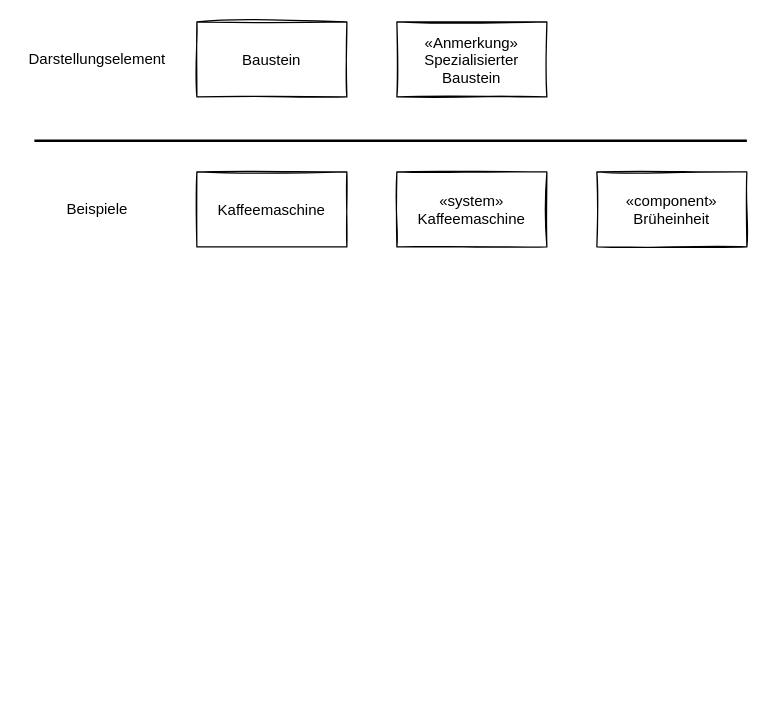
HerrLoesch/UMLite keeps this draw.io diagram as page "Bausteine" (1 of 5) of images/rawimages/general-elements.drawio. Above is the earlier version. Source tidied: cells renumbered, new cells numbered last; positions are measured from the earlier drawing's top-left corner, leaving out a move shared by most shapes. Both pictures are drawn from the tidied source at 125%, with x=0, y=0 at pixel (21, 21).
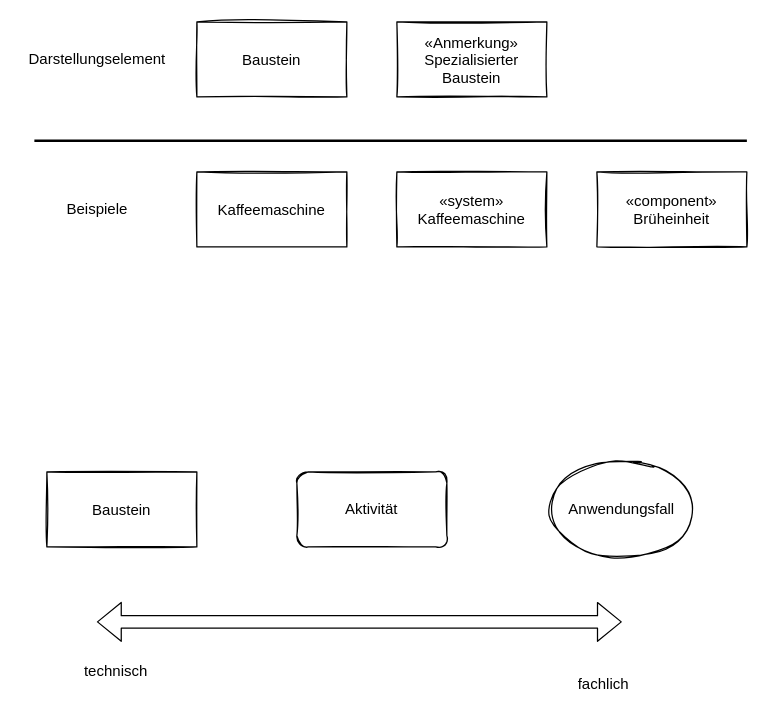
Above is the later version.

Change to the diagram source:
```diff
@@
 <mxGraphModel>
   <root>
     <mxCell id="0" />
     <mxCell id="1" parent="0" />
     <mxCell id="2" value="Baustein" style="fontStyle=0;sketch=1;" parent="1" vertex="1">
       <mxGeometry x="140" width="120" height="60" as="geometry" />
     </mxCell>
     <mxCell id="3" value="«Anmerkung»&#10;Spezialisierter&#10;Baustein" style="fontStyle=0;sketch=1;" parent="1" vertex="1">
       <mxGeometry x="300" width="120" height="60" as="geometry" />
     </mxCell>
     <mxCell id="4" value="Kaffeemaschine" style="fontStyle=0;sketch=1;" parent="1" vertex="1">
       <mxGeometry x="140" y="120" width="120" height="60" as="geometry" />
     </mxCell>
     <mxCell id="5" value="«system»&#10;Kaffeemaschine" style="fontStyle=0;sketch=1;" parent="1" vertex="1">
       <mxGeometry x="300" y="120" width="120" height="60" as="geometry" />
     </mxCell>
     <mxCell id="6" value="«component»&#10;Brüheinheit" style="fontStyle=0;sketch=1;" parent="1" vertex="1">
       <mxGeometry x="460" y="120" width="120" height="60" as="geometry" />
     </mxCell>
     <mxCell id="7" style="line;strokeWidth=2;html=1;" parent="1" vertex="1">
       <mxGeometry x="10" y="90" width="570" height="10" as="geometry" />
     </mxCell>
     <mxCell id="8" value="Darstellungselement" style="text;html=1;align=center;verticalAlign=middle;strokeColor=none;fillColor=none;" parent="1" vertex="1">
       <mxGeometry y="20" width="120" height="20" as="geometry" />
     </mxCell>
     <mxCell id="9" value="Beispiele" style="text;html=1;align=center;verticalAlign=middle;strokeColor=none;fillColor=none;" parent="1" vertex="1">
       <mxGeometry x="30" y="140" width="60" height="20" as="geometry" />
     </mxCell>
+    <mxCell id="10" value="Baustein" style="fontStyle=0;sketch=1;" parent="1" vertex="1">
+      <mxGeometry x="20" y="360" width="120" height="60" as="geometry" />
+    </mxCell>
+    <mxCell id="11" value="Aktivität" style="rounded=1;whiteSpace=wrap;html=1;sketch=1;" parent="1" vertex="1">
+      <mxGeometry x="220" y="360" width="120" height="60" as="geometry" />
+    </mxCell>
+    <mxCell id="12" value="Anwendungsfall" style="ellipse;whiteSpace=wrap;html=1;sketch=1;" parent="1" vertex="1">
+      <mxGeometry x="420" y="350" width="120" height="80" as="geometry" />
+    </mxCell>
+    <mxCell id="13" style="shape=flexArrow;endArrow=classic;startArrow=classic;html=1;" parent="1" edge="1">
+      <mxGeometry relative="1" as="geometry">
+        <mxPoint x="60" y="480" as="sourcePoint" />
+        <mxPoint x="480" y="480" as="targetPoint" />
+      </mxGeometry>
+    </mxCell>
+    <mxCell id="14" value="technisch" style="text;html=1;align=center;verticalAlign=middle;strokeColor=none;fillColor=none;" parent="1" vertex="1">
+      <mxGeometry x="40" y="510" width="70" height="20" as="geometry" />
+    </mxCell>
+    <mxCell id="15" value="fachlich" style="text;html=1;align=center;verticalAlign=middle;strokeColor=none;fillColor=none;" parent="1" vertex="1">
+      <mxGeometry x="435" y="520" width="60" height="20" as="geometry" />
+    </mxCell>
   </root>
 </mxGraphModel>
```
